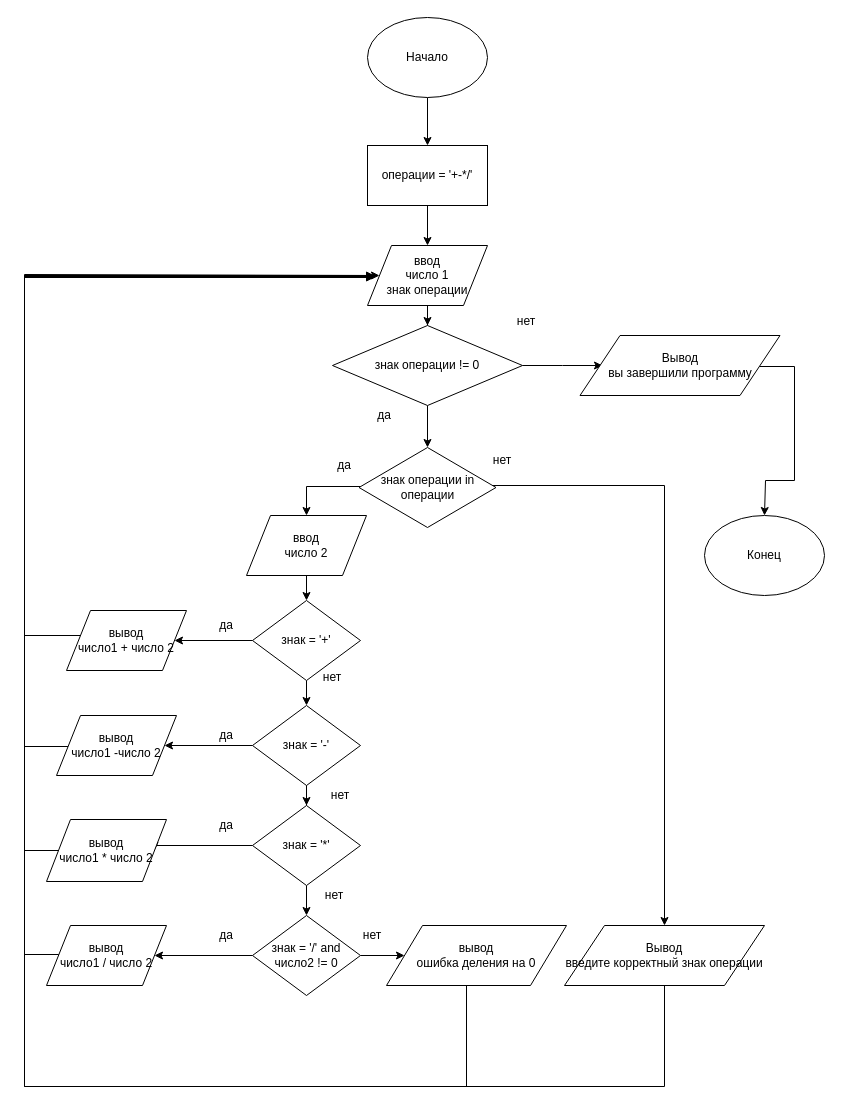
Before: Task2.drawio in alexfadin/python, a draw.io diagram. Source tidied: cells renumbered, new cells numbered last; positions are measured from the earlier drawing's top-left corner, leaving out a move shared by most shapes. Both pictures are drawn from the tidied source at 100%, with x=0, y=0 at pixel (24, 17).
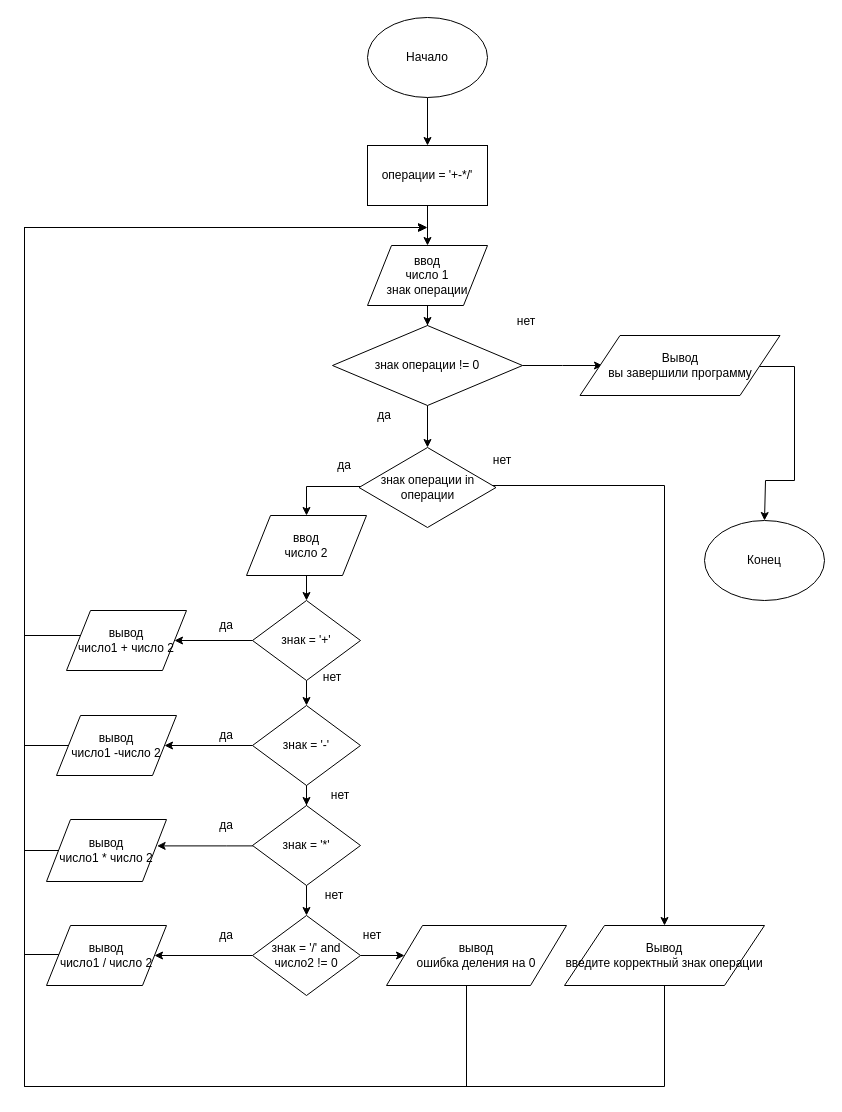
The same page after the edit.

Unchanged cells that the change refers to:
```xml
<mxCell id="5" value="ввод&lt;br&gt;число 1&lt;br&gt;знак операции" style="shape=parallelogram;perimeter=parallelogramPerimeter;whiteSpace=wrap;html=1;" parent="1" vertex="1">
  <mxGeometry x="343" y="228" width="120" height="60" as="geometry" />
</mxCell>
<mxCell id="12" value="Вывод &lt;br&gt;введите корректный знак операции" style="shape=parallelogram;perimeter=parallelogramPerimeter;whiteSpace=wrap;html=1;" parent="1" vertex="1">
  <mxGeometry x="540" y="908" width="200" height="60" as="geometry" />
</mxCell>
<mxCell id="30" value="знак = '*'" style="rhombus;whiteSpace=wrap;html=1;" parent="1" vertex="1">
  <mxGeometry x="228" y="788" width="108" height="80" as="geometry" />
</mxCell>
<mxCell id="35" value="вывод&lt;br&gt;число1 + число 2" style="shape=parallelogram;perimeter=parallelogramPerimeter;whiteSpace=wrap;html=1;" parent="1" vertex="1">
  <mxGeometry x="42" y="593" width="120" height="60" as="geometry" />
</mxCell>
<mxCell id="37" value="вывод&lt;br&gt;число1 -число 2" style="shape=parallelogram;perimeter=parallelogramPerimeter;whiteSpace=wrap;html=1;" parent="1" vertex="1">
  <mxGeometry x="32" y="698" width="120" height="60" as="geometry" />
</mxCell>
<mxCell id="39" value="вывод&lt;br&gt;число1 * число 2" style="shape=parallelogram;perimeter=parallelogramPerimeter;whiteSpace=wrap;html=1;" parent="1" vertex="1">
  <mxGeometry x="22" y="802" width="120" height="62" as="geometry" />
</mxCell>
<mxCell id="41" value="вывод&lt;br&gt;число1 / число 2" style="shape=parallelogram;perimeter=parallelogramPerimeter;whiteSpace=wrap;html=1;" parent="1" vertex="1">
  <mxGeometry x="22" y="908" width="120" height="60" as="geometry" />
</mxCell>
<mxCell id="43" value="вывод&lt;br&gt;ошибка деления на 0" style="shape=parallelogram;perimeter=parallelogramPerimeter;whiteSpace=wrap;html=1;" parent="1" vertex="1">
  <mxGeometry x="362" y="908" width="180" height="60" as="geometry" />
</mxCell>
```

The edit, as a diff of the source:
```diff
@@
     <mxCell id="11" style="edgeStyle=orthogonalEdgeStyle;rounded=0;jettySize=auto;html=1;" parent="1" edge="1" source="12">
       <mxGeometry relative="1" as="geometry">
-        <mxPoint x="350" y="259" as="targetPoint" />
+        <mxPoint x="402" y="210" as="targetPoint" />
         <Array as="points">
           <mxPoint x="640" y="1069" />
           <mxPoint y="1069" />
-          <mxPoint y="259" />
+          <mxPoint y="210" />
+          <mxPoint x="350" y="210" />
         </Array>
       </mxGeometry>
     </mxCell>
@@
-    <mxCell id="29" style="edgeStyle=orthogonalEdgeStyle;rounded=0;jettySize=auto;html=1;entryX=1;entryY=0.5;entryDx=0;entryDy=0;" parent="1" edge="1" source="30" target="39">
+    <mxCell id="29" style="edgeStyle=orthogonalEdgeStyle;rounded=0;orthogonalLoop=1;jettySize=auto;html=1;entryX=0.922;entryY=0.425;entryDx=0;entryDy=0;entryPerimeter=0;" parent="1" edge="1">
       <mxGeometry relative="1" as="geometry">
+        <mxPoint x="228.5" y="828.4" as="sourcePoint" />
+        <mxPoint x="132.6" y="828.4" as="targetPoint" />
         <Array as="points">
-          <mxPoint x="130" y="828" />
+          <mxPoint x="202" y="828" />
         </Array>
       </mxGeometry>
     </mxCell>
@@
     <mxCell id="34" style="edgeStyle=orthogonalEdgeStyle;rounded=0;jettySize=auto;html=1;" parent="1" edge="1" source="35">
       <mxGeometry relative="1" as="geometry">
-        <mxPoint x="350" y="259" as="targetPoint" />
+        <mxPoint x="402" y="210" as="targetPoint" />
         <Array as="points">
           <mxPoint y="618" />
-          <mxPoint y="259" />
-          <mxPoint x="350" y="259" />
+          <mxPoint y="210" />
         </Array>
       </mxGeometry>
     </mxCell>
@@
     <mxCell id="36" style="edgeStyle=orthogonalEdgeStyle;rounded=0;jettySize=auto;html=1;" parent="1" edge="1" source="37">
       <mxGeometry relative="1" as="geometry">
-        <mxPoint x="350" y="259" as="targetPoint" />
+        <mxPoint x="402" y="210" as="targetPoint" />
         <Array as="points">
-          <mxPoint y="729" />
-          <mxPoint y="259" />
-          <mxPoint x="350" y="259" />
+          <mxPoint y="728" />
+          <mxPoint y="210" />
         </Array>
       </mxGeometry>
     </mxCell>
@@
     <mxCell id="38" style="edgeStyle=orthogonalEdgeStyle;rounded=0;jettySize=auto;html=1;" parent="1" edge="1" source="39">
       <mxGeometry relative="1" as="geometry">
-        <mxPoint x="350" y="260" as="targetPoint" />
+        <mxPoint x="402" y="210" as="targetPoint" />
         <Array as="points">
           <mxPoint y="833" />
-          <mxPoint y="260" />
+          <mxPoint y="210" />
+          <mxPoint x="350" y="210" />
         </Array>
       </mxGeometry>
     </mxCell>
@@
-    <mxCell id="40" style="edgeStyle=orthogonalEdgeStyle;rounded=0;jettySize=auto;html=1;entryX=0;entryY=0.5;entryDx=0;entryDy=0;" parent="1" edge="1" source="41" target="5">
+    <mxCell id="40" style="edgeStyle=orthogonalEdgeStyle;rounded=0;jettySize=auto;html=1;" parent="1" edge="1" source="41">
       <mxGeometry relative="1" as="geometry">
+        <mxPoint x="403" y="210" as="targetPoint" />
         <Array as="points">
           <mxPoint y="937" />
-          <mxPoint y="257" />
+          <mxPoint y="210" />
+          <mxPoint x="355" y="210" />
         </Array>
       </mxGeometry>
     </mxCell>
@@
     <mxCell id="42" style="edgeStyle=orthogonalEdgeStyle;rounded=0;jettySize=auto;html=1;" parent="1" edge="1" source="43">
       <mxGeometry relative="1" as="geometry">
-        <mxPoint x="350" y="258" as="targetPoint" />
+        <mxPoint x="402" y="210" as="targetPoint" />
         <Array as="points">
           <mxPoint x="442" y="1069" />
           <mxPoint y="1069" />
-          <mxPoint y="258" />
+          <mxPoint y="210" />
+          <mxPoint x="350" y="210" />
         </Array>
       </mxGeometry>
     </mxCell>
@@
     <mxCell id="44" value="Конец" style="ellipse;whiteSpace=wrap;html=1;" parent="1" vertex="1">
-      <mxGeometry x="680" y="498" width="120" height="80" as="geometry" />
+      <mxGeometry x="680" y="503" width="120" height="80" as="geometry" />
     </mxCell>
```
